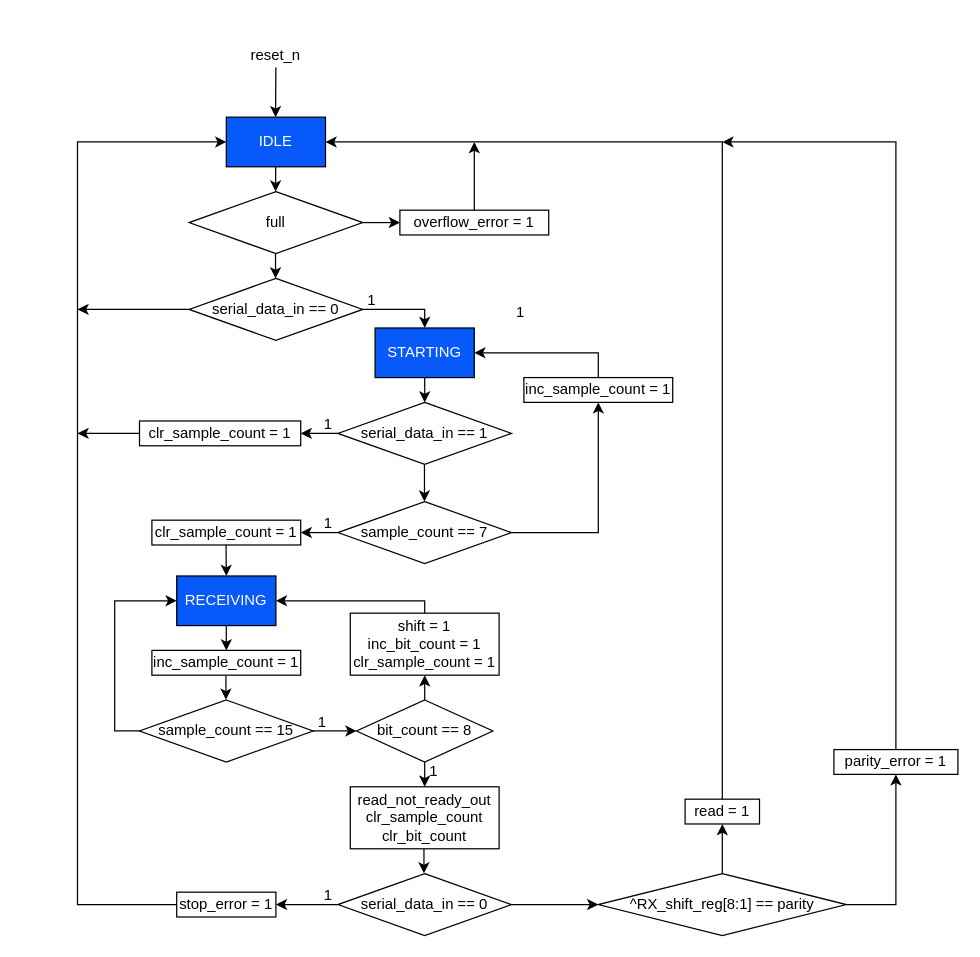
Before: page "uart_receiver_ASMD" (10 of 10) of doc/UART.drawio in lampn0/uart_vlsi, a draw.io diagram. Source tidied: cells renumbered, new cells numbered last; positions are measured from the earlier drawing's top-left corner, leaving out a move shared by most shapes. Both pictures are drawn from the tidied source at 124%, with x=0, y=0 at pixel (77, 42).
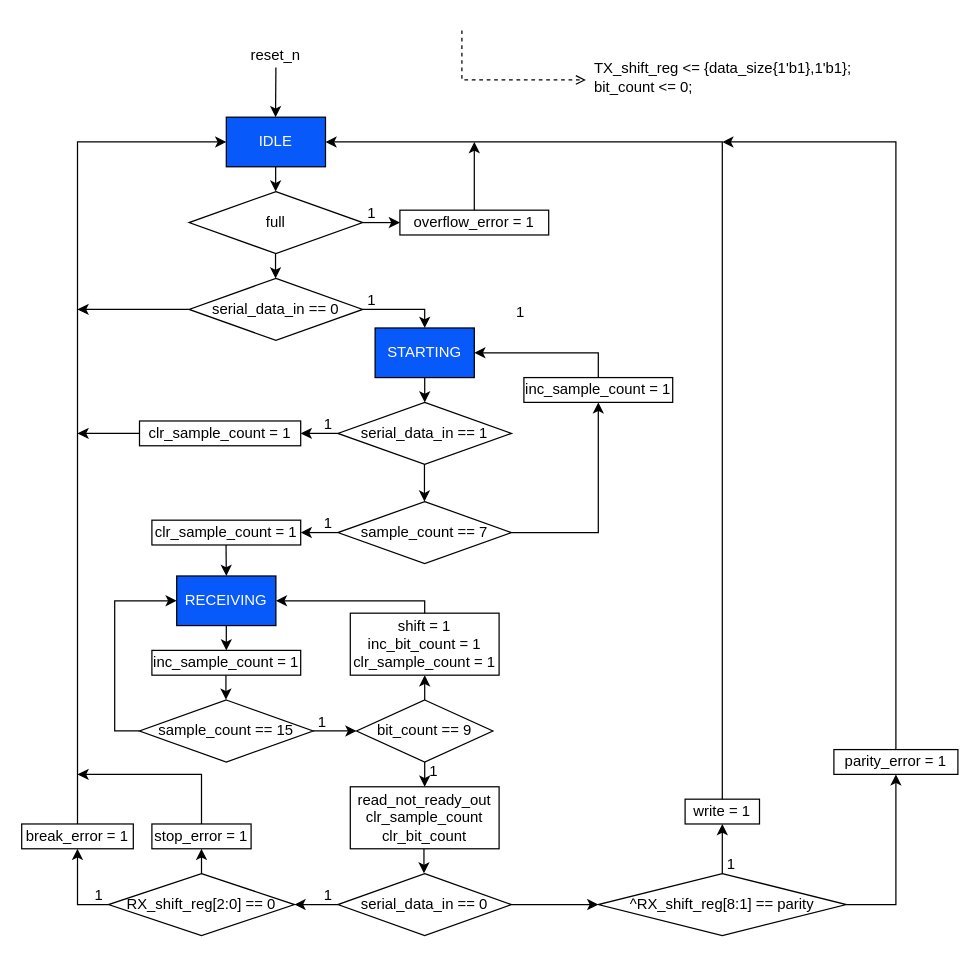
Above is the later version.

Unchanged cells that the change refers to:
```xml
<mxCell id="3" value="&lt;font color=&quot;#ffffff&quot;&gt;IDLE&lt;/font&gt;" style="rounded=0;whiteSpace=wrap;html=1;fillColor=#0759FA;align=center;" parent="1" vertex="1">
  <mxGeometry x="120" y="60" width="80" height="40" as="geometry" />
</mxCell>
<mxCell id="39" value="serial_data_in == 0" style="rhombus;whiteSpace=wrap;html=1;fillColor=#FFFFFF;align=center;" parent="1" vertex="1">
  <mxGeometry x="210" y="670" width="140" height="50" as="geometry" />
</mxCell>
```

Diff of the diagram source:
```diff
@@
-    <mxCell id="7" value="read = 1" style="rounded=0;whiteSpace=wrap;html=1;fillColor=#FFFFFF;align=center;" parent="1" vertex="1">
+    <mxCell id="7" value="write = 1" style="rounded=0;whiteSpace=wrap;html=1;fillColor=#FFFFFF;align=center;" parent="1" vertex="1">
       <mxGeometry x="490" y="610" width="60" height="20" as="geometry" />
     </mxCell>
@@
-    <mxCell id="10" style="endArrow=classic;html=1;startSize=6;strokeWidth=1;rounded=0;exitX=0;exitY=0.5;exitDx=0;exitDy=0;entryX=0;entryY=0.5;entryDx=0;entryDy=0;" parent="1" edge="1" source="50" target="3">
+    <mxCell id="10" style="endArrow=classic;html=1;startSize=6;strokeWidth=1;rounded=0;entryX=0;entryY=0.5;entryDx=0;entryDy=0;exitX=0.5;exitY=0;exitDx=0;exitDy=0;" parent="1" edge="1" source="50" target="3">
       <mxGeometry relative="1" as="geometry">
         <Array as="points">
-          <mxPoint y="695" />
           <mxPoint y="80" />
         </Array>
       </mxGeometry>
     </mxCell>
@@
-    <mxCell id="34" value="bit_count == 8" style="rhombus;whiteSpace=wrap;html=1;fillColor=#FFFFFF;align=center;" parent="1" vertex="1">
+    <mxCell id="34" value="bit_count == 9" style="rhombus;whiteSpace=wrap;html=1;fillColor=#FFFFFF;align=center;" parent="1" vertex="1">
       <mxGeometry x="225" y="530" width="110" height="50" as="geometry" />
     </mxCell>
@@
-    <mxCell id="38" style="endArrow=classic;html=1;startSize=6;strokeWidth=1;rounded=0;exitX=0;exitY=0.5;exitDx=0;exitDy=0;entryX=1;entryY=0.5;entryDx=0;entryDy=0;" parent="1" edge="1" source="39" target="50">
+    <mxCell id="38" style="endArrow=classic;html=1;startSize=6;strokeWidth=1;rounded=0;exitX=0;exitY=0.5;exitDx=0;exitDy=0;entryX=1;entryY=0.5;entryDx=0;entryDy=0;" parent="1" edge="1" source="39" target="61">
       <mxGeometry relative="1" as="geometry" />
     </mxCell>
@@
-    <mxCell id="50" value="stop_error = 1" style="rounded=0;whiteSpace=wrap;html=1;fillColor=#FFFFFF;align=center;" parent="1" vertex="1">
-      <mxGeometry x="80" y="685" width="80" height="20" as="geometry" />
+    <mxCell id="50" value="break_error = 1" style="rounded=0;whiteSpace=wrap;html=1;fillColor=#FFFFFF;align=center;" parent="1" vertex="1">
+      <mxGeometry x="-45" y="630" width="90" height="20" as="geometry" />
     </mxCell>
@@
+    <mxCell id="61" value="RX_shift_reg[2:0] == 0" style="rhombus;whiteSpace=wrap;html=1;fillColor=#FFFFFF;align=center;" parent="1" vertex="1">
+      <mxGeometry x="25" y="670" width="150" height="50" as="geometry" />
+    </mxCell>
+    <mxCell id="62" value="stop_error = 1" style="rounded=0;whiteSpace=wrap;html=1;fillColor=#FFFFFF;align=center;" parent="1" vertex="1">
+      <mxGeometry x="60" y="630" width="80" height="20" as="geometry" />
+    </mxCell>
+    <mxCell id="63" style="endArrow=classic;html=1;startSize=6;strokeWidth=1;rounded=0;exitX=0.5;exitY=0;exitDx=0;exitDy=0;entryX=0.5;entryY=1;entryDx=0;entryDy=0;" parent="1" edge="1" source="61" target="62">
+      <mxGeometry relative="1" as="geometry" />
+    </mxCell>
+    <mxCell id="64" style="endArrow=classic;html=1;startSize=6;strokeWidth=1;rounded=0;exitX=0;exitY=0.5;exitDx=0;exitDy=0;entryX=0.5;entryY=1;entryDx=0;entryDy=0;" parent="1" edge="1" source="61" target="50">
+      <mxGeometry relative="1" as="geometry">
+        <Array as="points">
+          <mxPoint y="695" />
+        </Array>
+      </mxGeometry>
+    </mxCell>
+    <mxCell id="65" style="endArrow=classic;html=1;startSize=6;strokeWidth=1;rounded=0;exitX=0.5;exitY=0;exitDx=0;exitDy=0;" parent="1" edge="1" source="62">
+      <mxGeometry relative="1" as="geometry">
+        <mxPoint y="590" as="targetPoint" />
+        <Array as="points">
+          <mxPoint x="100" y="590" />
+        </Array>
+      </mxGeometry>
+    </mxCell>
+    <mxCell id="66" value="1" style="text;html=1;fillColor=none;align=center;verticalAlign=middle;whiteSpace=wrap;rounded=0;" parent="1" vertex="1">
+      <mxGeometry x="10" y="680" width="15" height="15" as="geometry" />
+    </mxCell>
+    <mxCell id="67" value="1" style="text;html=1;fillColor=none;align=center;verticalAlign=middle;whiteSpace=wrap;rounded=0;rotation=0;" parent="1" vertex="1">
+      <mxGeometry x="230" y="130" width="15" height="15" as="geometry" />
+    </mxCell>
+    <mxCell id="68" value="1" style="text;html=1;fillColor=none;align=center;verticalAlign=middle;whiteSpace=wrap;rounded=0;" parent="1" vertex="1">
+      <mxGeometry x="520" y="655" width="15" height="15" as="geometry" />
+    </mxCell>
+    <mxCell id="69" style="endArrow=open;html=1;rounded=0;dashed=1;endFill=0;" parent="1" edge="1">
+      <mxGeometry relative="1" as="geometry">
+        <mxPoint x="310" y="-10" as="sourcePoint" />
+        <mxPoint x="410" y="30" as="targetPoint" />
+        <Array as="points">
+          <mxPoint x="310" y="30" />
+        </Array>
+      </mxGeometry>
+    </mxCell>
+    <mxCell id="70" value="TX_shift_reg &amp;lt;= {data_size{1'b1},1'b1};&lt;br&gt;bit_count &amp;lt;= 0;" style="text;html=1;fillColor=none;align=left;verticalAlign=middle;whiteSpace=wrap;rounded=0;" parent="1" vertex="1">
+      <mxGeometry x="415" y="10" width="215" height="35" as="geometry" />
+    </mxCell>
```
